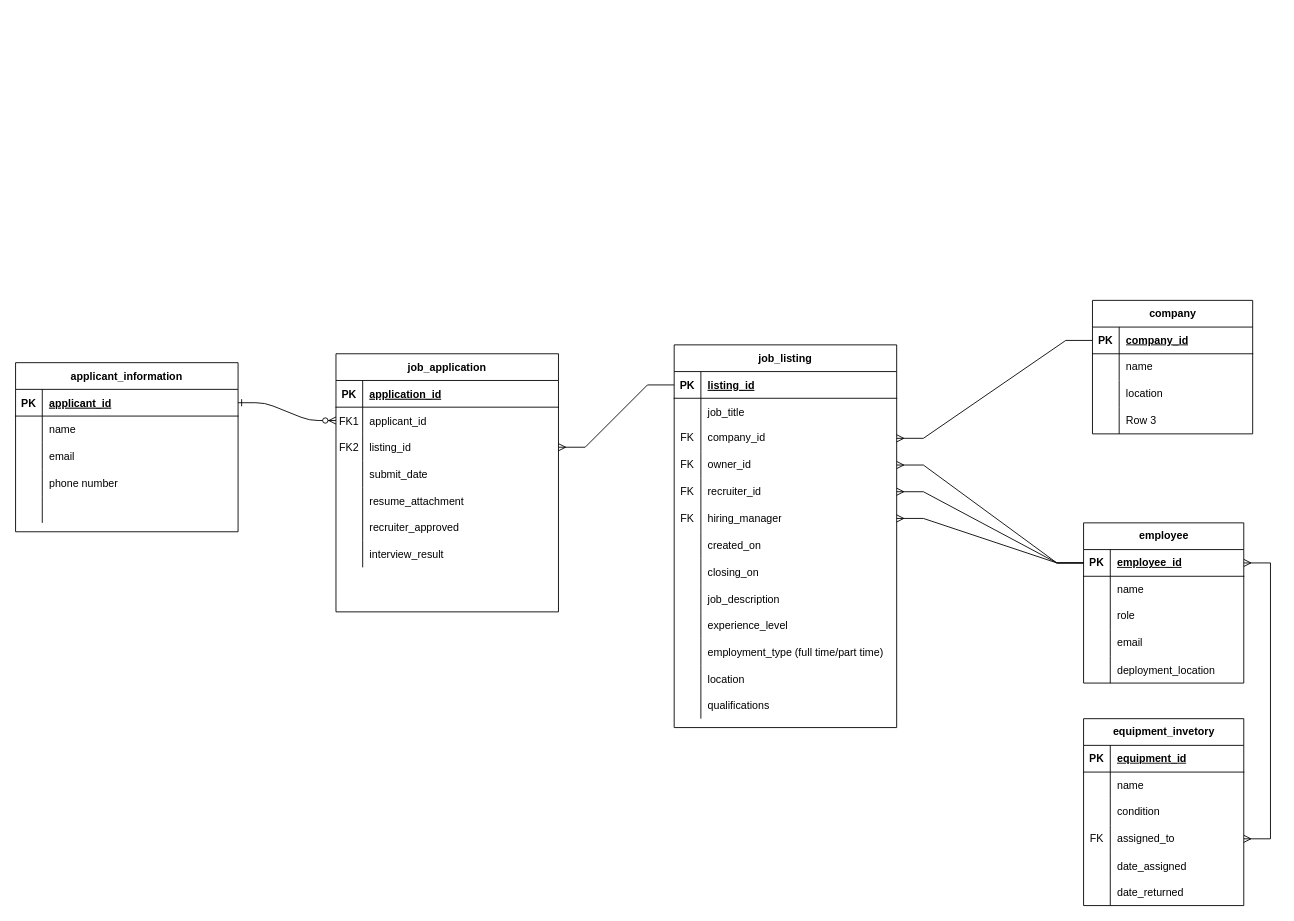
Before: Database Information/ER Diagram.drawio in seth-aker/applicant-tracking-system, a draw.io diagram. Source tidied: cells renumbered, new cells numbered last; positions are measured from the earlier drawing's top-left corner, leaving out a move shared by most shapes. Both pictures are drawn from the tidied source at 89%, with x=0, y=0 at pixel (15, 300).
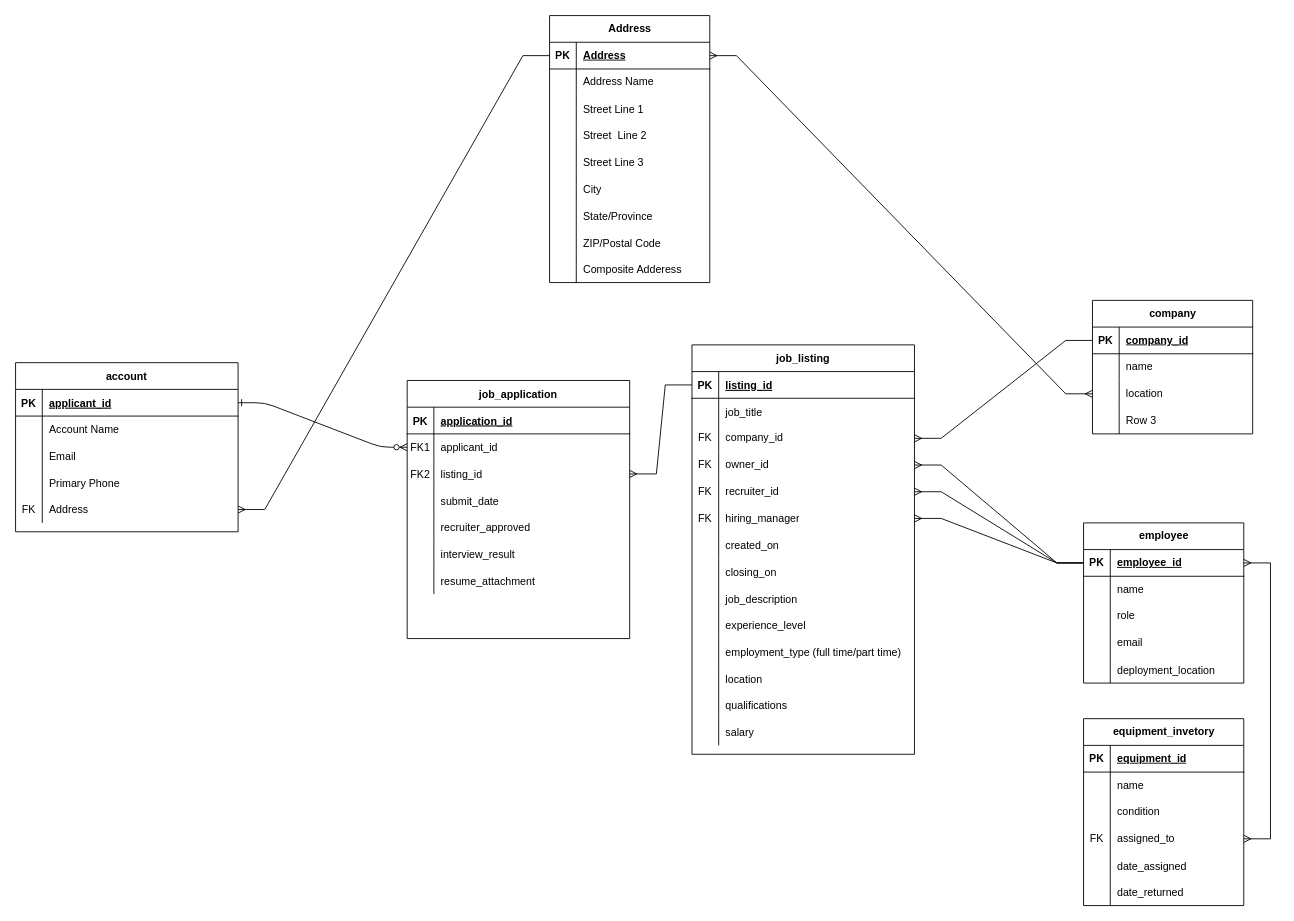
The same diagram, later.

The change refers to these unchanged cells:
```xml
<mxCell id="69" style="shape=partialRectangle;fillColor=none;top=0;left=0;right=0;bottom=0;" parent="65" vertex="1">
  <mxGeometry y="60" width="250" height="30" as="geometry" />
</mxCell>
<mxCell id="72" style="shape=tableRow;horizontal=0;startSize=0;swimlaneHead=0;swimlaneBody=0;fillColor=none;top=0;left=0;right=0;bottom=0;" parent="65" vertex="1">
  <mxGeometry y="90" width="250" height="30" as="geometry" />
</mxCell>
<mxCell id="75" style="shape=tableRow;horizontal=0;startSize=0;swimlaneHead=0;swimlaneBody=0;fillColor=none;top=0;left=0;right=0;bottom=0;" parent="65" vertex="1">
  <mxGeometry y="120" width="250" height="30" as="geometry" />
</mxCell>
<mxCell id="78" style="shape=tableRow;horizontal=0;startSize=0;swimlaneHead=0;swimlaneBody=0;fillColor=none;points=[[0,0.5],[1,0.5]];portConstraint=eastwest;top=0;left=0;right=0;bottom=0;" parent="65" vertex="1">
  <mxGeometry y="150" width="250" height="30" as="geometry" />
</mxCell>
<mxCell id="106" style="shape=tableRow;horizontal=0;startSize=0;swimlaneHead=0;swimlaneBody=0;fillColor=none;points=[[0,0.5],[1,0.5]];portConstraint=eastwest;top=0;left=0;right=0;bottom=0;" parent="99" vertex="1">
  <mxGeometry y="90" width="180" height="30" as="geometry" />
</mxCell>
```

The edit, as a diff of the source:
```diff
@@
     <mxCell id="3" value="job_application" style="shape=table;startSize=30;childLayout=tableLayout;rowLines=0;fontStyle=1;align=center;" parent="1" vertex="1">
-      <mxGeometry x="360" y="60" width="250" height="290" as="geometry" />
+      <mxGeometry x="440" y="90" width="250" height="290" as="geometry" />
     </mxCell>
@@
-    <mxCell id="16" style="shape=tableRow;horizontal=0;startSize=0;swimlaneHead=0;swimlaneBody=0;fillColor=none;top=0;left=0;right=0;bottom=0;" parent="3" vertex="1">
-      <mxGeometry y="150" width="250" height="30" as="geometry" />
-    </mxCell>
-    <mxCell id="17" style="shape=partialRectangle;fillColor=none;top=0;left=0;bottom=0;right=0;overflow=hidden;" parent="16" vertex="1">
-      <mxGeometry width="30" height="30" as="geometry" />
-    </mxCell>
-    <mxCell id="18" value="resume_attachment" style="shape=partialRectangle;fillColor=none;top=0;left=0;bottom=0;right=0;align=left;spacingLeft=6;overflow=hidden;" parent="16" vertex="1">
-      <mxGeometry x="30" width="220" height="30" as="geometry" />
-    </mxCell>
     <mxCell id="19" style="shape=tableRow;horizontal=0;startSize=0;swimlaneHead=0;swimlaneBody=0;fillColor=none;top=0;left=0;right=0;bottom=0;" parent="3" vertex="1">
-      <mxGeometry y="180" width="250" height="30" as="geometry" />
+      <mxGeometry y="150" width="250" height="30" as="geometry" />
     </mxCell>
@@
     <mxCell id="22" style="shape=tableRow;horizontal=0;startSize=0;swimlaneHead=0;swimlaneBody=0;fillColor=none;top=0;left=0;right=0;bottom=0;" parent="3" vertex="1">
-      <mxGeometry y="210" width="250" height="30" as="geometry" />
+      <mxGeometry y="180" width="250" height="30" as="geometry" />
     </mxCell>
@@
+    <mxCell id="16" style="shape=tableRow;horizontal=0;startSize=0;swimlaneHead=0;swimlaneBody=0;fillColor=none;top=0;left=0;right=0;bottom=0;" parent="3" vertex="1">
+      <mxGeometry y="210" width="250" height="30" as="geometry" />
+    </mxCell>
+    <mxCell id="17" style="shape=partialRectangle;fillColor=none;top=0;left=0;bottom=0;right=0;overflow=hidden;" parent="16" vertex="1">
+      <mxGeometry width="30" height="30" as="geometry" />
+    </mxCell>
+    <mxCell id="18" value="resume_attachment" style="shape=partialRectangle;fillColor=none;top=0;left=0;bottom=0;right=0;align=left;spacingLeft=6;overflow=hidden;" parent="16" vertex="1">
+      <mxGeometry x="30" width="220" height="30" as="geometry" />
+    </mxCell>
     <mxCell id="25" value="job_listing" style="shape=table;startSize=30;childLayout=tableLayout;rowLines=0;fontStyle=1;align=center;" parent="1" vertex="1">
-      <mxGeometry x="740" y="50" width="250" height="430" as="geometry" />
+      <mxGeometry x="760" y="50" width="250" height="460" as="geometry" />
     </mxCell>
@@
+    <mxCell id="135" style="shape=tableRow;horizontal=0;startSize=0;swimlaneHead=0;swimlaneBody=0;fillColor=none;top=0;left=0;right=0;bottom=0;" parent="25" vertex="1">
+      <mxGeometry y="420" width="250" height="30" as="geometry" />
+    </mxCell>
+    <mxCell id="136" style="shape=partialRectangle;fillColor=none;top=0;left=0;bottom=0;right=0;overflow=hidden;" parent="135" vertex="1">
+      <mxGeometry width="30" height="30" as="geometry" />
+    </mxCell>
+    <mxCell id="137" value="salary" style="shape=partialRectangle;fillColor=none;top=0;left=0;bottom=0;right=0;align=left;spacingLeft=6;overflow=hidden;" parent="135" vertex="1">
+      <mxGeometry x="30" width="220" height="30" as="geometry" />
+    </mxCell>
-    <mxCell id="65" value="applicant_information" style="shape=table;startSize=30;childLayout=tableLayout;rowLines=0;fontStyle=1;align=center;" parent="1" vertex="1">
+    <mxCell id="65" value="account" style="shape=table;startSize=30;childLayout=tableLayout;rowLines=0;fontStyle=1;align=center;" parent="1" vertex="1">
       <mxGeometry y="70" width="250" height="190" as="geometry" />
     </mxCell>
@@
-    <mxCell id="71" value="name" style="shape=partialRectangle;overflow=hidden;fillColor=none;top=0;left=0;bottom=0;right=0;align=left;spacingLeft=6;" parent="69" vertex="1">
+    <mxCell id="71" value="Account Name" style="shape=partialRectangle;overflow=hidden;fillColor=none;top=0;left=0;bottom=0;right=0;align=left;spacingLeft=6;" parent="69" vertex="1">
       <mxGeometry x="30" width="220" height="30" as="geometry" />
     </mxCell>
@@
-    <mxCell id="74" value="email" style="shape=partialRectangle;fillColor=none;top=0;left=0;bottom=0;right=0;align=left;spacingLeft=6;overflow=hidden;" parent="72" vertex="1">
+    <mxCell id="74" value="Email" style="shape=partialRectangle;fillColor=none;top=0;left=0;bottom=0;right=0;align=left;spacingLeft=6;overflow=hidden;" parent="72" vertex="1">
       <mxGeometry x="30" width="220" height="30" as="geometry" />
     </mxCell>
@@
-    <mxCell id="77" value="phone number" style="shape=partialRectangle;fillColor=none;top=0;left=0;bottom=0;right=0;align=left;spacingLeft=6;overflow=hidden;" parent="75" vertex="1">
+    <mxCell id="77" value="Primary Phone" style="shape=partialRectangle;fillColor=none;top=0;left=0;bottom=0;right=0;align=left;spacingLeft=6;overflow=hidden;" parent="75" vertex="1">
       <mxGeometry x="30" width="220" height="30" as="geometry" />
     </mxCell>
@@
-    <mxCell id="79" style="shape=partialRectangle;fillColor=none;top=0;left=0;bottom=0;right=0;overflow=hidden;" parent="78" vertex="1">
-      <mxGeometry width="30" height="30" as="geometry" />
-    </mxCell>
-    <mxCell id="80" style="shape=partialRectangle;fillColor=none;top=0;left=0;bottom=0;right=0;align=left;spacingLeft=6;overflow=hidden;" parent="78" vertex="1">
-      <mxGeometry x="30" width="220" height="30" as="geometry" />
-    </mxCell>
+    <mxCell id="138" value="FK" style="shape=partialRectangle;fillColor=none;top=0;left=0;bottom=0;right=0;fontStyle=0;overflow=hidden;whiteSpace=wrap;html=1;" parent="78" vertex="1">
+      <mxGeometry width="30" height="30" as="geometry" />
+    </mxCell>
+    <mxCell id="139" value="Address" style="shape=partialRectangle;fillColor=none;top=0;left=0;bottom=0;right=0;align=left;spacingLeft=6;fontStyle=0;overflow=hidden;whiteSpace=wrap;html=1;" parent="78" vertex="1">
+      <mxGeometry x="30" width="220" height="30" as="geometry" />
+    </mxCell>
@@
+    <mxCell id="140" value="Address" style="shape=table;startSize=30;childLayout=tableLayout;rowLines=0;fontStyle=1;align=center;html=1;" parent="1" vertex="1">
+      <mxGeometry x="600" y="-320" width="180" height="300" as="geometry" />
+    </mxCell>
+    <mxCell id="141" style="shape=tableRow;horizontal=0;startSize=0;swimlaneHead=0;swimlaneBody=0;fillColor=none;points=[[0,0.5],[1,0.5]];portConstraint=eastwest;top=0;left=0;right=0;bottom=1;" parent="140" vertex="1">
+      <mxGeometry y="30" width="180" height="30" as="geometry" />
+    </mxCell>
+    <mxCell id="142" value="PK" style="shape=partialRectangle;fillColor=none;top=0;left=0;bottom=0;right=0;fontStyle=1;overflow=hidden;whiteSpace=wrap;html=1;" parent="141" vertex="1">
+      <mxGeometry width="30" height="30" as="geometry" />
+    </mxCell>
+    <mxCell id="143" value="Address" style="shape=partialRectangle;fillColor=none;top=0;left=0;bottom=0;right=0;align=left;spacingLeft=6;fontStyle=5;overflow=hidden;whiteSpace=wrap;html=1;" parent="141" vertex="1">
+      <mxGeometry x="30" width="150" height="30" as="geometry" />
+    </mxCell>
+    <mxCell id="144" style="shape=tableRow;horizontal=0;startSize=0;swimlaneHead=0;swimlaneBody=0;fillColor=none;top=0;left=0;right=0;bottom=0;" parent="140" vertex="1">
+      <mxGeometry y="60" width="180" height="30" as="geometry" />
+    </mxCell>
+    <mxCell id="145" style="shape=partialRectangle;fillColor=none;top=0;left=0;bottom=0;right=0;overflow=hidden;whiteSpace=wrap;html=1;" parent="144" vertex="1">
+      <mxGeometry width="30" height="30" as="geometry" />
+    </mxCell>
+    <mxCell id="146" value="Address Name" style="shape=partialRectangle;fillColor=none;top=0;left=0;bottom=0;right=0;align=left;spacingLeft=6;overflow=hidden;whiteSpace=wrap;html=1;" parent="144" vertex="1">
+      <mxGeometry x="30" width="150" height="30" as="geometry" />
+    </mxCell>
+    <mxCell id="147" style="shape=tableRow;horizontal=0;startSize=0;swimlaneHead=0;swimlaneBody=0;fillColor=none;top=0;left=0;right=0;bottom=0;" parent="140" vertex="1">
+      <mxGeometry y="90" width="180" height="30" as="geometry" />
+    </mxCell>
+    <mxCell id="148" style="shape=partialRectangle;fillColor=none;top=0;left=0;bottom=0;right=0;overflow=hidden;" parent="147" vertex="1">
+      <mxGeometry width="30" height="30" as="geometry" />
+    </mxCell>
+    <mxCell id="149" value="Street Line 1" style="shape=partialRectangle;fillColor=none;top=0;left=0;bottom=0;right=0;align=left;spacingLeft=6;overflow=hidden;" parent="147" vertex="1">
+      <mxGeometry x="30" width="150" height="30" as="geometry" />
+    </mxCell>
+    <mxCell id="150" style="shape=tableRow;horizontal=0;startSize=0;swimlaneHead=0;swimlaneBody=0;fillColor=none;top=0;left=0;right=0;bottom=0;" parent="140" vertex="1">
+      <mxGeometry y="120" width="180" height="30" as="geometry" />
+    </mxCell>
+    <mxCell id="151" style="shape=partialRectangle;fillColor=none;top=0;left=0;bottom=0;right=0;overflow=hidden;whiteSpace=wrap;html=1;" parent="150" vertex="1">
+      <mxGeometry width="30" height="30" as="geometry" />
+    </mxCell>
+    <mxCell id="152" value="Street&amp;nbsp; Line 2" style="shape=partialRectangle;fillColor=none;top=0;left=0;bottom=0;right=0;align=left;spacingLeft=6;overflow=hidden;whiteSpace=wrap;html=1;" parent="150" vertex="1">
+      <mxGeometry x="30" width="150" height="30" as="geometry" />
+    </mxCell>
+    <mxCell id="153" style="shape=tableRow;horizontal=0;startSize=0;swimlaneHead=0;swimlaneBody=0;fillColor=none;top=0;left=0;right=0;bottom=0;" parent="140" vertex="1">
+      <mxGeometry y="150" width="180" height="30" as="geometry" />
+    </mxCell>
+    <mxCell id="154" style="shape=partialRectangle;fillColor=none;top=0;left=0;bottom=0;right=0;overflow=hidden;whiteSpace=wrap;html=1;" parent="153" vertex="1">
+      <mxGeometry width="30" height="30" as="geometry" />
+    </mxCell>
+    <mxCell id="155" value="Street Line 3" style="shape=partialRectangle;fillColor=none;top=0;left=0;bottom=0;right=0;align=left;spacingLeft=6;overflow=hidden;whiteSpace=wrap;html=1;" parent="153" vertex="1">
+      <mxGeometry x="30" width="150" height="30" as="geometry" />
+    </mxCell>
+    <mxCell id="156" style="shape=tableRow;horizontal=0;startSize=0;swimlaneHead=0;swimlaneBody=0;fillColor=none;top=0;left=0;right=0;bottom=0;" parent="140" vertex="1">
+      <mxGeometry y="180" width="180" height="30" as="geometry" />
+    </mxCell>
+    <mxCell id="157" style="shape=partialRectangle;fillColor=none;top=0;left=0;bottom=0;right=0;overflow=hidden;" parent="156" vertex="1">
+      <mxGeometry width="30" height="30" as="geometry" />
+    </mxCell>
+    <mxCell id="158" value="City" style="shape=partialRectangle;fillColor=none;top=0;left=0;bottom=0;right=0;align=left;spacingLeft=6;overflow=hidden;" parent="156" vertex="1">
+      <mxGeometry x="30" width="150" height="30" as="geometry" />
+    </mxCell>
+    <mxCell id="159" style="shape=tableRow;horizontal=0;startSize=0;swimlaneHead=0;swimlaneBody=0;fillColor=none;top=0;left=0;right=0;bottom=0;" parent="140" vertex="1">
+      <mxGeometry y="210" width="180" height="30" as="geometry" />
+    </mxCell>
+    <mxCell id="160" style="shape=partialRectangle;fillColor=none;top=0;left=0;bottom=0;right=0;overflow=hidden;" parent="159" vertex="1">
+      <mxGeometry width="30" height="30" as="geometry" />
+    </mxCell>
+    <mxCell id="161" value="State/Province" style="shape=partialRectangle;fillColor=none;top=0;left=0;bottom=0;right=0;align=left;spacingLeft=6;overflow=hidden;" parent="159" vertex="1">
+      <mxGeometry x="30" width="150" height="30" as="geometry" />
+    </mxCell>
+    <mxCell id="162" style="shape=tableRow;horizontal=0;startSize=0;swimlaneHead=0;swimlaneBody=0;fillColor=none;top=0;left=0;right=0;bottom=0;" parent="140" vertex="1">
+      <mxGeometry y="240" width="180" height="30" as="geometry" />
+    </mxCell>
+    <mxCell id="163" style="shape=partialRectangle;fillColor=none;top=0;left=0;bottom=0;right=0;overflow=hidden;" parent="162" vertex="1">
+      <mxGeometry width="30" height="30" as="geometry" />
+    </mxCell>
+    <mxCell id="164" value="ZIP/Postal Code" style="shape=partialRectangle;fillColor=none;top=0;left=0;bottom=0;right=0;align=left;spacingLeft=6;overflow=hidden;" parent="162" vertex="1">
+      <mxGeometry x="30" width="150" height="30" as="geometry" />
+    </mxCell>
+    <mxCell id="165" style="shape=tableRow;horizontal=0;startSize=0;swimlaneHead=0;swimlaneBody=0;fillColor=none;top=0;left=0;right=0;bottom=0;" parent="140" vertex="1">
+      <mxGeometry y="270" width="180" height="30" as="geometry" />
+    </mxCell>
+    <mxCell id="166" style="shape=partialRectangle;fillColor=none;top=0;left=0;bottom=0;right=0;overflow=hidden;" parent="165" vertex="1">
+      <mxGeometry width="30" height="30" as="geometry" />
+    </mxCell>
+    <mxCell id="167" value="Composite Adderess" style="shape=partialRectangle;fillColor=none;top=0;left=0;bottom=0;right=0;align=left;spacingLeft=6;overflow=hidden;" parent="165" vertex="1">
+      <mxGeometry x="30" width="150" height="30" as="geometry" />
+    </mxCell>
+    <mxCell id="168" style="edgeStyle=entityRelationEdgeStyle;fontSize=12;html=1;endArrow=ERmany;startArrow=ERmany;rounded=0;" parent="1" edge="1" source="141" target="106">
+      <mxGeometry relative="1" as="geometry" />
+    </mxCell>
+    <mxCell id="169" style="edgeStyle=entityRelationEdgeStyle;fontSize=12;html=1;endArrow=ERmany;rounded=0;" parent="1" edge="1" source="141" target="78">
+      <mxGeometry relative="1" as="geometry" />
+    </mxCell>
```
